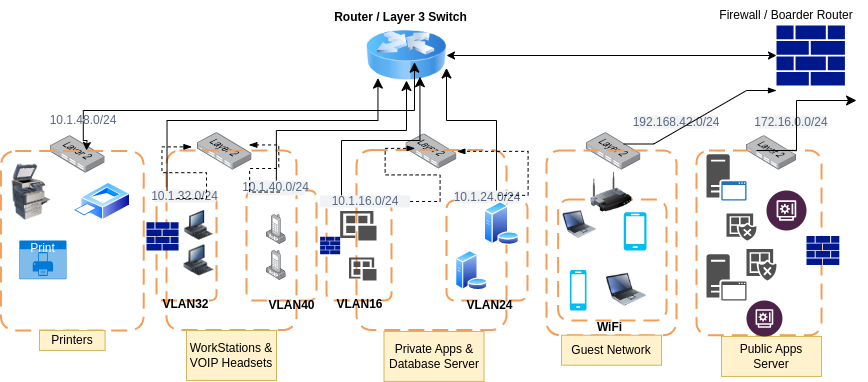
Above: secured_network_topology.drawio.png in MwarumbaH-5523/Secured_Networks_Topology (draw.io), before the change. Source tidied: cells renumbered, new cells last; positions are measured from the earlier drawing's top-left corner, leaving out a move shared by most shapes.
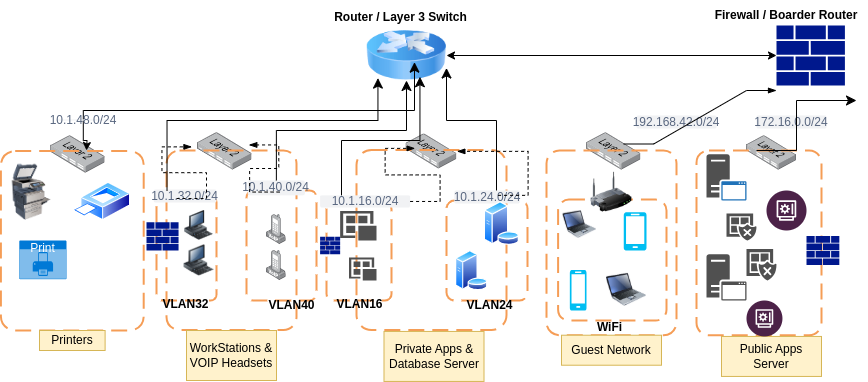
The same file after the commit.

Diff of the diagram source:
```diff
@@ -270,7 +270,7 @@
     <mxCell id="74" value="Router / Layer 3 Switch" style="text;align=center;fontStyle=1;verticalAlign=middle;spacingLeft=3;spacingRight=3;strokeColor=none;html=1;" parent="1" vertex="1">
       <mxGeometry x="326" y="4" width="148.4" height="26" as="geometry" />
     </mxCell>
-    <mxCell id="75" value="Firewall / Boarder Router" style="text;html=1;strokeColor=none;fillColor=none;align=center;verticalAlign=middle;whiteSpace=wrap;rounded=0;" parent="1" vertex="1">
+    <mxCell id="75" value="&lt;b&gt;Firewall / Boarder Router&lt;/b&gt;" style="text;html=1;strokeColor=none;fillColor=none;align=center;verticalAlign=middle;whiteSpace=wrap;rounded=0;" parent="1" vertex="1">
       <mxGeometry x="706" width="160" height="30" as="geometry" />
     </mxCell>
   </root>
```
